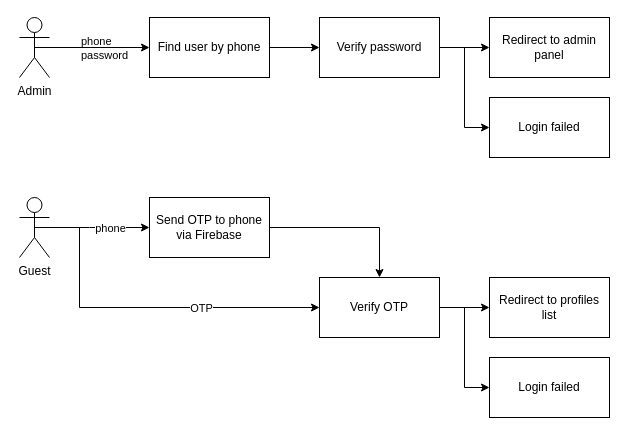
Above: page "Authorize Flow" (3 of 6) of docs/design.drawio in censodev/aptech_prj600 (draw.io), before the change. Source tidied: cells renumbered, new cells numbered last; positions are measured from the earlier drawing's top-left corner, leaving out a move shared by most shapes. Both pictures are drawn from the tidied source at 100%, with x=0, y=0 at pixel (19, 17).
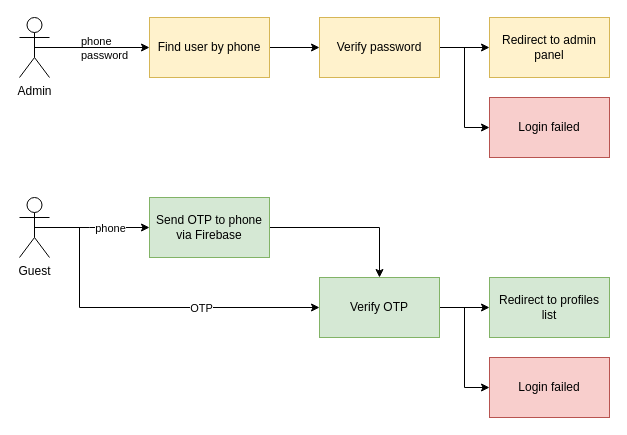
The same page after the edit.

Change to the diagram source:
```diff
@@
-    <mxCell id="11" value="Find user by phone" style="rounded=0;whiteSpace=wrap;html=1;" parent="1" vertex="1">
+    <mxCell id="11" value="Find user by phone" style="rounded=0;whiteSpace=wrap;html=1;fillColor=#fff2cc;strokeColor=#d6b656;" parent="1" vertex="1">
       <mxGeometry x="130" width="120" height="60" as="geometry" />
     </mxCell>
@@
-    <mxCell id="14" value="Verify password" style="rounded=0;whiteSpace=wrap;html=1;labelBackgroundColor=none;align=center;" parent="1" vertex="1">
+    <mxCell id="14" value="Verify password" style="rounded=0;whiteSpace=wrap;html=1;labelBackgroundColor=none;align=center;fillColor=#fff2cc;strokeColor=#d6b656;" parent="1" vertex="1">
       <mxGeometry x="300" width="120" height="60" as="geometry" />
     </mxCell>
-    <mxCell id="15" value="Redirect to admin panel" style="rounded=0;whiteSpace=wrap;html=1;labelBackgroundColor=none;align=center;" parent="1" vertex="1">
+    <mxCell id="15" value="Redirect to admin panel" style="rounded=0;whiteSpace=wrap;html=1;labelBackgroundColor=none;align=center;fillColor=#fff2cc;strokeColor=#d6b656;" parent="1" vertex="1">
       <mxGeometry x="470" width="120" height="60" as="geometry" />
     </mxCell>
@@
-    <mxCell id="17" value="Send OTP to phone via Firebase" style="rounded=0;whiteSpace=wrap;html=1;labelBackgroundColor=none;align=center;" parent="1" vertex="1">
+    <mxCell id="17" value="Send OTP to phone via Firebase" style="rounded=0;whiteSpace=wrap;html=1;labelBackgroundColor=none;align=center;fillColor=#d5e8d4;strokeColor=#82b366;" parent="1" vertex="1">
       <mxGeometry x="130" y="180" width="120" height="60" as="geometry" />
     </mxCell>
@@
-    <mxCell id="20" value="Verify OTP" style="rounded=0;whiteSpace=wrap;html=1;labelBackgroundColor=none;align=center;" parent="1" vertex="1">
+    <mxCell id="20" value="Verify OTP" style="rounded=0;whiteSpace=wrap;html=1;labelBackgroundColor=none;align=center;fillColor=#d5e8d4;strokeColor=#82b366;" parent="1" vertex="1">
       <mxGeometry x="300" y="260" width="120" height="60" as="geometry" />
     </mxCell>
-    <mxCell id="21" value="Redirect to profiles list" style="rounded=0;whiteSpace=wrap;html=1;labelBackgroundColor=none;align=center;" parent="1" vertex="1">
+    <mxCell id="21" value="Redirect to profiles list" style="rounded=0;whiteSpace=wrap;html=1;labelBackgroundColor=none;align=center;fillColor=#d5e8d4;strokeColor=#82b366;" parent="1" vertex="1">
       <mxGeometry x="470" y="260" width="120" height="60" as="geometry" />
     </mxCell>
-    <mxCell id="22" value="Login failed" style="rounded=0;whiteSpace=wrap;html=1;labelBackgroundColor=none;align=center;" parent="1" vertex="1">
+    <mxCell id="22" value="Login failed" style="rounded=0;whiteSpace=wrap;html=1;labelBackgroundColor=none;align=center;fillColor=#f8cecc;strokeColor=#b85450;" parent="1" vertex="1">
       <mxGeometry x="470" y="80" width="120" height="60" as="geometry" />
     </mxCell>
-    <mxCell id="23" value="Login failed" style="rounded=0;whiteSpace=wrap;html=1;labelBackgroundColor=none;align=center;" parent="1" vertex="1">
+    <mxCell id="23" value="Login failed" style="rounded=0;whiteSpace=wrap;html=1;labelBackgroundColor=none;align=center;fillColor=#f8cecc;strokeColor=#b85450;" parent="1" vertex="1">
       <mxGeometry x="470" y="340" width="120" height="60" as="geometry" />
     </mxCell>
```
